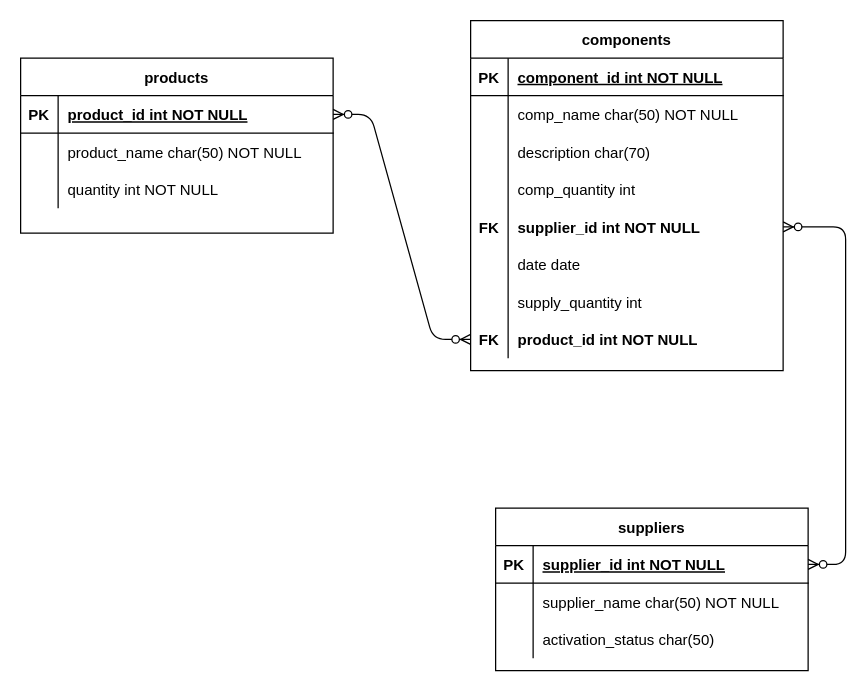
Damla-Gurbaz/SQL keeps this draw.io diagram as SQL_EXTRA/Untitled Diagram.drawio. Above is the earlier version. Source tidied: cells renumbered, new cells numbered last; positions are measured from the earlier drawing's top-left corner, leaving out a move shared by most shapes. Both pictures are drawn from the tidied source at 125%, with x=0, y=0 at pixel (20, 20).
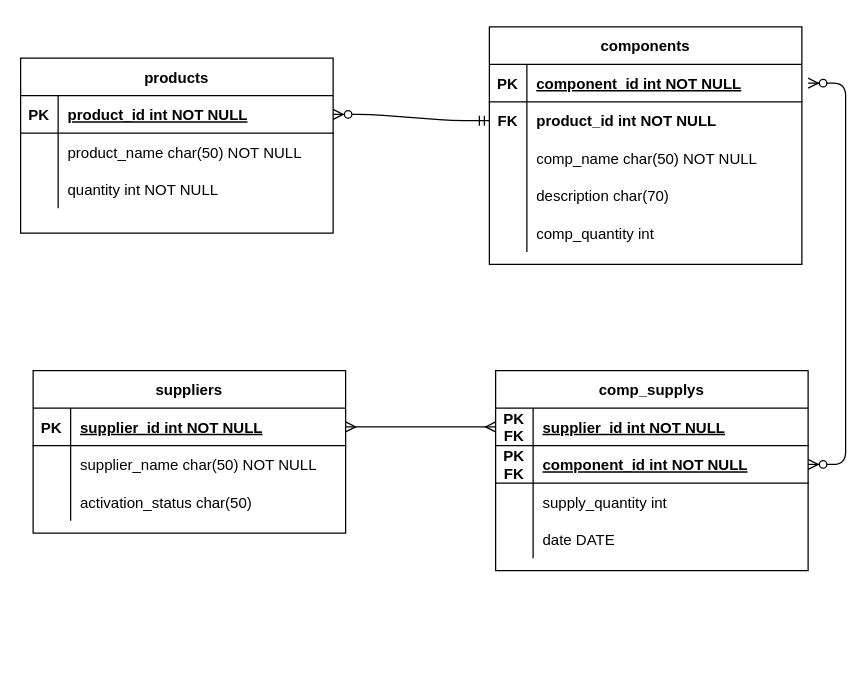
The same page after the edit.

Unchanged cells that the change refers to:
```xml
<mxCell id="3" style="shape=partialRectangle;fillColor=none;points=[[0,0.5],[1,0.5]];portConstraint=eastwest;top=0;left=0;right=0;bottom=1;" parent="2" vertex="1">
  <mxGeometry y="30" width="250" height="30" as="geometry" />
</mxCell>
<mxCell id="38" style="shape=partialRectangle;fillColor=none;points=[[0,0.5],[1,0.5]];portConstraint=eastwest;top=0;left=0;right=0;bottom=1;" parent="37" vertex="1">
  <mxGeometry y="30" width="250" height="30" as="geometry" />
</mxCell>
```

What changed in the source:
```diff
@@
     <mxCell id="2" value="suppliers" style="shape=table;startSize=30;childLayout=tableLayout;rowLines=0;fontStyle=1;align=center;" parent="1" vertex="1">
-      <mxGeometry x="380" y="390" width="250" height="130" as="geometry" />
+      <mxGeometry x="10" y="280" width="250" height="130" as="geometry" />
     </mxCell>
@@
     <mxCell id="12" value="components" style="shape=table;startSize=30;childLayout=tableLayout;rowLines=0;fontStyle=1;align=center;swimlaneFillColor=none;" parent="1" vertex="1">
-      <mxGeometry x="360" width="250" height="280" as="geometry" />
+      <mxGeometry x="375" y="5" width="250" height="190" as="geometry" />
     </mxCell>
@@
+    <mxCell id="34" style="shape=partialRectangle;fillColor=none;points=[[0,0.5],[1,0.5]];portConstraint=eastwest;top=0;left=0;right=0;bottom=0;" parent="12" vertex="1">
+      <mxGeometry y="60" width="250" height="30" as="geometry" />
+    </mxCell>
+    <mxCell id="35" value="FK" style="shape=partialRectangle;overflow=hidden;fillColor=none;top=0;left=0;bottom=0;right=0;fontStyle=1;" parent="34" vertex="1">
+      <mxGeometry width="30" height="30" as="geometry" />
+    </mxCell>
+    <mxCell id="36" value="product_id int NOT NULL" style="shape=partialRectangle;overflow=hidden;fillColor=none;top=0;left=0;bottom=0;right=0;align=left;spacingLeft=6;fontStyle=1;" parent="34" vertex="1">
+      <mxGeometry x="30" width="220" height="30" as="geometry" />
+    </mxCell>
     <mxCell id="16" style="shape=partialRectangle;fillColor=none;top=0;left=0;right=0;bottom=0;" parent="12" vertex="1">
-      <mxGeometry y="60" width="250" height="30" as="geometry" />
+      <mxGeometry y="90" width="250" height="30" as="geometry" />
     </mxCell>
@@
     <mxCell id="19" style="shape=partialRectangle;fillColor=none;top=0;left=0;right=0;bottom=0;" parent="12" vertex="1">
-      <mxGeometry y="90" width="250" height="30" as="geometry" />
+      <mxGeometry y="120" width="250" height="30" as="geometry" />
     </mxCell>
@@
     <mxCell id="22" style="shape=partialRectangle;fillColor=none;top=0;left=0;right=0;bottom=0;" parent="12" vertex="1">
-      <mxGeometry y="120" width="250" height="30" as="geometry" />
+      <mxGeometry y="150" width="250" height="30" as="geometry" />
     </mxCell>
@@
-    <mxCell id="25" style="shape=partialRectangle;fillColor=none;points=[[0,0.5],[1,0.5]];portConstraint=eastwest;top=0;left=0;right=0;bottom=0;" parent="12" vertex="1">
-      <mxGeometry y="150" width="250" height="30" as="geometry" />
-    </mxCell>
-    <mxCell id="26" value="FK" style="shape=partialRectangle;overflow=hidden;fillColor=none;top=0;left=0;bottom=0;right=0;fontStyle=1;" parent="25" vertex="1">
-      <mxGeometry width="30" height="30" as="geometry" />
-    </mxCell>
-    <mxCell id="27" value="supplier_id int NOT NULL" style="shape=partialRectangle;overflow=hidden;fillColor=none;top=0;left=0;bottom=0;right=0;align=left;spacingLeft=6;fontStyle=1;" parent="25" vertex="1">
-      <mxGeometry x="30" width="220" height="30" as="geometry" />
-    </mxCell>
-    <mxCell id="28" style="shape=partialRectangle;fillColor=none;top=0;left=0;right=0;bottom=0;" parent="12" vertex="1">
-      <mxGeometry y="180" width="250" height="30" as="geometry" />
-    </mxCell>
-    <mxCell id="29" style="shape=partialRectangle;overflow=hidden;fillColor=none;top=0;left=0;bottom=0;right=0;" parent="28" vertex="1">
-      <mxGeometry width="30" height="30" as="geometry" />
-    </mxCell>
-    <mxCell id="30" value="date date" style="shape=partialRectangle;overflow=hidden;fillColor=none;top=0;left=0;bottom=0;right=0;align=left;spacingLeft=6;" parent="28" vertex="1">
-      <mxGeometry x="30" width="220" height="30" as="geometry" />
-    </mxCell>
-    <mxCell id="31" style="shape=partialRectangle;fillColor=none;top=0;left=0;right=0;bottom=0;" parent="12" vertex="1">
-      <mxGeometry y="210" width="250" height="30" as="geometry" />
-    </mxCell>
-    <mxCell id="32" style="shape=partialRectangle;overflow=hidden;fillColor=none;top=0;left=0;bottom=0;right=0;" parent="31" vertex="1">
-      <mxGeometry width="30" height="30" as="geometry" />
-    </mxCell>
-    <mxCell id="33" value="supply_quantity int " style="shape=partialRectangle;overflow=hidden;fillColor=none;top=0;left=0;bottom=0;right=0;align=left;spacingLeft=6;" parent="31" vertex="1">
-      <mxGeometry x="30" width="220" height="30" as="geometry" />
-    </mxCell>
-    <mxCell id="34" style="shape=partialRectangle;fillColor=none;points=[[0,0.5],[1,0.5]];portConstraint=eastwest;top=0;left=0;right=0;bottom=0;" parent="12" vertex="1">
-      <mxGeometry y="240" width="250" height="30" as="geometry" />
-    </mxCell>
-    <mxCell id="35" value="FK" style="shape=partialRectangle;overflow=hidden;fillColor=none;top=0;left=0;bottom=0;right=0;fontStyle=1;" parent="34" vertex="1">
-      <mxGeometry width="30" height="30" as="geometry" />
-    </mxCell>
-    <mxCell id="36" value="product_id int NOT NULL" style="shape=partialRectangle;overflow=hidden;fillColor=none;top=0;left=0;bottom=0;right=0;align=left;spacingLeft=6;fontStyle=1;" parent="34" vertex="1">
-      <mxGeometry x="30" width="220" height="30" as="geometry" />
-    </mxCell>
@@
-    <mxCell id="47" style="edgeStyle=entityRelationEdgeStyle;fontSize=12;html=1;endArrow=ERzeroToMany;endFill=1;startArrow=ERzeroToMany;entryX=0;entryY=0.5;entryDx=0;entryDy=0;" parent="1" edge="1" source="38" target="34">
-      <mxGeometry relative="1" as="geometry" />
-    </mxCell>
-    <mxCell id="48" style="edgeStyle=entityRelationEdgeStyle;fontSize=12;html=1;endArrow=ERzeroToMany;endFill=1;startArrow=ERzeroToMany;" parent="1" edge="1" source="25" target="3">
-      <mxGeometry relative="1" as="geometry" />
-    </mxCell>
+    <mxCell id="49" value="comp_supplys" style="shape=table;startSize=30;childLayout=tableLayout;rowLines=0;fontStyle=1;align=center;" parent="1" vertex="1">
+      <mxGeometry x="380" y="280" width="250" height="160" as="geometry" />
+    </mxCell>
+    <mxCell id="50" style="shape=partialRectangle;fillColor=none;points=[[0,0.5],[1,0.5]];portConstraint=eastwest;top=0;left=0;right=0;bottom=1;" parent="49" vertex="1">
+      <mxGeometry y="30" width="250" height="30" as="geometry" />
+    </mxCell>
+    <mxCell id="51" value="PK&#10;FK" style="shape=partialRectangle;overflow=hidden;fillColor=none;top=0;left=0;bottom=0;right=0;fontStyle=1;" parent="50" vertex="1">
+      <mxGeometry width="30" height="30" as="geometry" />
+    </mxCell>
+    <mxCell id="27" value="supplier_id int NOT NULL" style="shape=partialRectangle;overflow=hidden;fillColor=none;top=0;left=0;bottom=0;right=0;align=left;spacingLeft=6;fontStyle=5;" parent="50" vertex="1">
+      <mxGeometry x="30" width="220" height="30" as="geometry" />
+    </mxCell>
+    <mxCell id="52" style="shape=partialRectangle;fillColor=none;points=[[0,0.5],[1,0.5]];portConstraint=eastwest;top=0;left=0;right=0;bottom=1;" parent="49" vertex="1">
+      <mxGeometry y="60" width="250" height="30" as="geometry" />
+    </mxCell>
+    <mxCell id="53" value="PK&#10;FK" style="shape=partialRectangle;overflow=hidden;fillColor=none;top=0;left=0;bottom=0;right=0;fontStyle=1;" parent="52" vertex="1">
+      <mxGeometry width="30" height="30" as="geometry" />
+    </mxCell>
+    <mxCell id="54" value="component_id int NOT NULL" style="shape=partialRectangle;overflow=hidden;fillColor=none;top=0;left=0;bottom=0;right=0;align=left;spacingLeft=6;fontStyle=5;" parent="52" vertex="1">
+      <mxGeometry x="30" width="220" height="30" as="geometry" />
+    </mxCell>
+    <mxCell id="55" style="shape=partialRectangle;fillColor=none;top=0;left=0;right=0;bottom=0;" parent="49" vertex="1">
+      <mxGeometry y="90" width="250" height="30" as="geometry" />
+    </mxCell>
+    <mxCell id="56" style="shape=partialRectangle;overflow=hidden;fillColor=none;top=0;left=0;bottom=0;right=0;" parent="55" vertex="1">
+      <mxGeometry width="30" height="30" as="geometry" />
+    </mxCell>
+    <mxCell id="33" value="supply_quantity int " style="shape=partialRectangle;overflow=hidden;fillColor=none;top=0;left=0;bottom=0;right=0;align=left;spacingLeft=6;" parent="55" vertex="1">
+      <mxGeometry x="30" width="220" height="30" as="geometry" />
+    </mxCell>
+    <mxCell id="57" style="shape=partialRectangle;fillColor=none;top=0;left=0;right=0;bottom=0;" parent="49" vertex="1">
+      <mxGeometry y="120" width="250" height="30" as="geometry" />
+    </mxCell>
+    <mxCell id="58" style="shape=partialRectangle;overflow=hidden;fillColor=none;top=0;left=0;bottom=0;right=0;" parent="57" vertex="1">
+      <mxGeometry width="30" height="30" as="geometry" />
+    </mxCell>
+    <mxCell id="59" value="date DATE" style="shape=partialRectangle;overflow=hidden;fillColor=none;top=0;left=0;bottom=0;right=0;align=left;spacingLeft=6;" parent="57" vertex="1">
+      <mxGeometry x="30" width="220" height="30" as="geometry" />
+    </mxCell>
+    <mxCell id="60" style="edgeStyle=entityRelationEdgeStyle;fontSize=12;html=1;endArrow=ERzeroToMany;startArrow=ERmandOne;exitX=0;exitY=0.5;exitDx=0;exitDy=0;" parent="1" edge="1" source="34" target="38">
+      <mxGeometry relative="1" as="geometry" />
+    </mxCell>
+    <mxCell id="61" style="edgeStyle=entityRelationEdgeStyle;fontSize=12;html=1;endArrow=ERzeroToMany;endFill=1;startArrow=ERzeroToMany;" parent="1" edge="1" target="52">
+      <mxGeometry relative="1" as="geometry">
+        <mxPoint x="630" y="50" as="sourcePoint" />
+      </mxGeometry>
+    </mxCell>
+    <mxCell id="62" style="edgeStyle=entityRelationEdgeStyle;fontSize=12;html=1;endArrow=ERmany;startArrow=ERmany;" parent="1" edge="1" source="3" target="50">
+      <mxGeometry relative="1" as="geometry" />
+    </mxCell>
```
